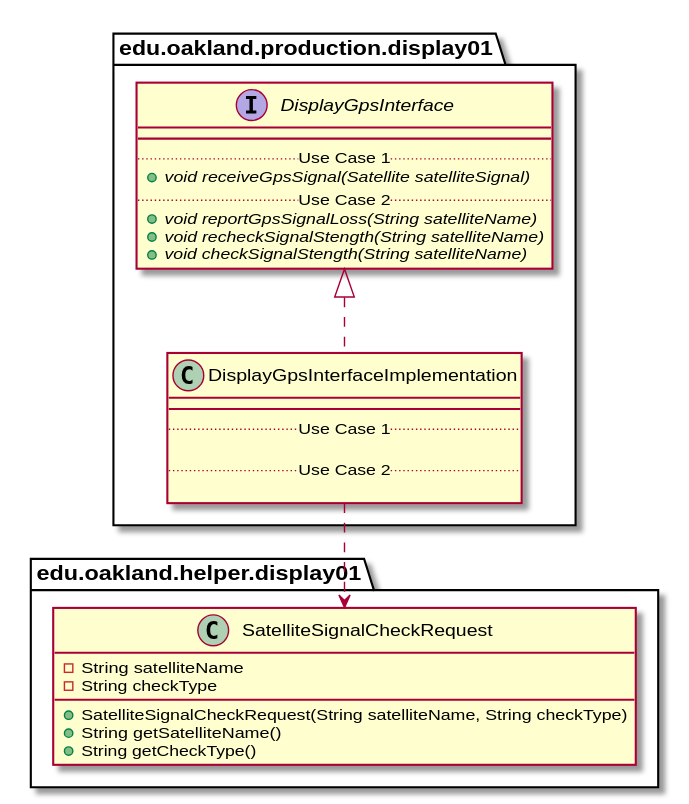
Earlier version of the PlantUML export docs/uml-class-diagrams/display01/production/DisplayGpsInterfaceImplementation/DisplayGpsInterfaceImplementation_DirectDependencies.svg (andrewdimmer/csi-3370-software-project).
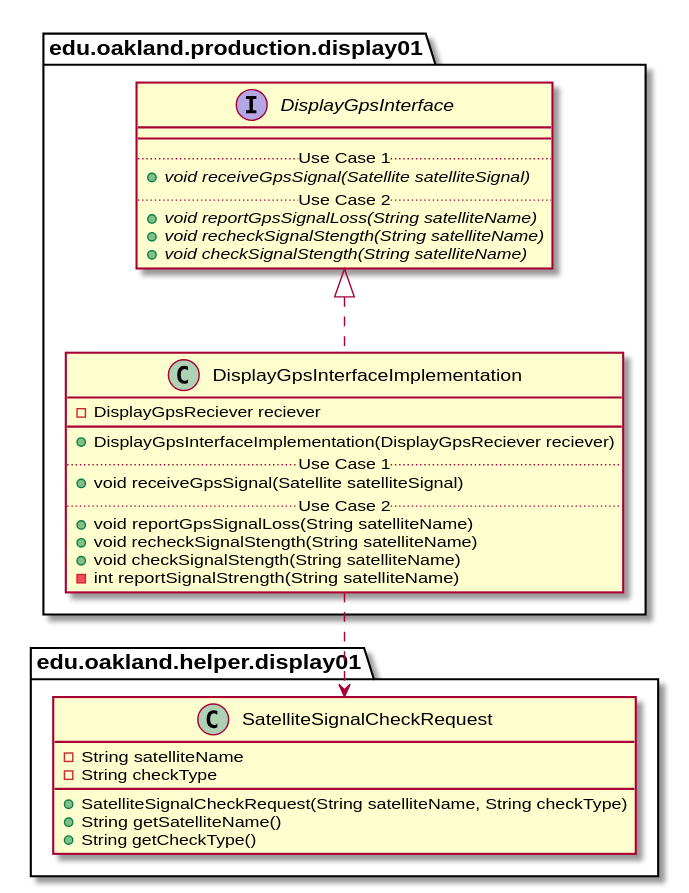
Above is the later version.

What changed in the source:
```diff
@@ -2,100 +2,50 @@
 
 
 
-
+package edu.oakland.production.display01 {
+    class DisplayGpsInterfaceImplementation {
+        - DisplayGpsReciever reciever
+        __
+        + DisplayGpsInterfaceImplementation(DisplayGpsReciever reciever)
+        .. Use Case 1 ..
+        + void receiveGpsSignal(Satellite satelliteSignal)
+        .. Use Case 2 ..
+        + void reportGpsSignalLoss(String satelliteName)
+        + void recheckSignalStength(String satelliteName)
+        + void checkSignalStength(String satelliteName)
+        - int reportSignalStrength(String satelliteName)
+    }
+}
 
 
 
 package edu.oakland.production.display01 {
-
-    class DisplayGpsInterfaceImplementation {
-
-        - DisplayGpsReciever reciever
-
+    interface DisplayGpsInterface {
         __
-
-        + DisplayGpsInterfaceImplementation(DisplayGpsReciever reciever)
-
         .. Use Case 1 ..
-
-        + void receiveGpsSignal(Satellite satelliteSignal)
-
+        {abstract} + void receiveGpsSignal(Satellite satelliteSignal)
         .. Use Case 2 ..
-
-        + void reportGpsSignalLoss(String satelliteName)
-
-        + void recheckSignalStength(String satelliteName)
-
-        + void checkSignalStength(String satelliteName)
-
-        - int reportSignalStrength(String satelliteName)
-
+        {abstract} + void reportGpsSignalLoss(String satelliteName)
+        {abstract} + void recheckSignalStength(String satelliteName)
+        {abstract} + void checkSignalStength(String satelliteName)
     }
-
 }
-
-
-
-
-
-
-
-package edu.oakland.production.display01 {
-
-    interface DisplayGpsInterface {
-
-        __
-
-        .. Use Case 1 ..
-
-        {abstract} + void receiveGpsSignal(Satellite satelliteSignal)
-
-        .. Use Case 2 ..
-
-        {abstract} + void reportGpsSignalLoss(String satelliteName)
-
-        {abstract} + void recheckSignalStength(String satelliteName)
-
-        {abstract} + void checkSignalStength(String satelliteName)
-
-    }
-
-}
-
-
 
 DisplayGpsInterfaceImplementation .up.|> DisplayGpsInterface
 
 
-
-
-
 package edu.oakland.helper.display01 {
-
     class SatelliteSignalCheckRequest {
-
         - String satelliteName
-
         - String checkType
-
         + SatelliteSignalCheckRequest(String satelliteName, String checkType)
-
         + String getSatelliteName()
-
         + String getCheckType()
-
     }
-
 }
-
-
 
 DisplayGpsInterfaceImplementation ..> SatelliteSignalCheckRequest
 
 
 
-
-
-
-
 @enduml
```
